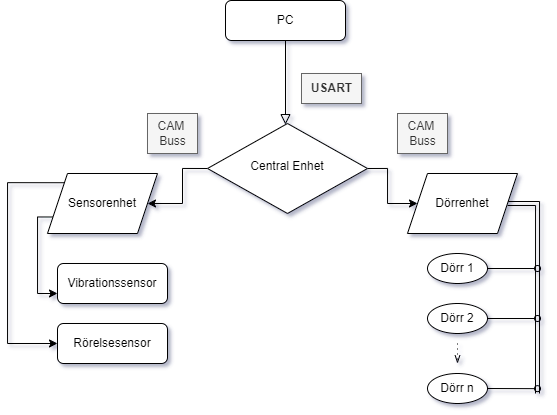
Earlier version of the draw.io export Projektrapport/diagram.png (Qupergo/alarm_md407_group_14). Source tidied: cells renumbered, new cells last; positions are measured from the earlier drawing's top-left corner, leaving out a move shared by most shapes. Its diagram source:
```xml
<mxGraphModel background="#FFFFFF" shadow="1">
  <root>
    <mxCell id="0" />
    <mxCell id="1" parent="0" />
    <mxCell id="2" style="rounded=0;html=1;jettySize=auto;fontSize=11;endArrow=block;endFill=0;endSize=8;strokeWidth=1;shadow=0;labelBackgroundColor=none;edgeStyle=orthogonalEdgeStyle;" parent="1" edge="1" source="3" target="6">
      <mxGeometry relative="1" as="geometry">
        <Array as="points">
          <mxPoint x="260" y="153" />
        </Array>
      </mxGeometry>
    </mxCell>
    <mxCell id="3" value="PC" style="rounded=1;whiteSpace=wrap;html=1;fontSize=12;glass=0;strokeWidth=1;shadow=0;" parent="1" vertex="1">
      <mxGeometry x="218" width="120" height="40" as="geometry" />
    </mxCell>
    <mxCell id="4" style="edgeStyle=orthogonalEdgeStyle;rounded=0;jettySize=auto;html=1;exitX=0;exitY=0.5;exitDx=0;exitDy=0;entryX=1;entryY=0.5;entryDx=0;entryDy=0;" parent="1" edge="1" source="6" target="12">
      <mxGeometry relative="1" as="geometry" />
    </mxCell>
    <mxCell id="5" style="edgeStyle=orthogonalEdgeStyle;rounded=0;jettySize=auto;html=1;exitX=1;exitY=0.5;exitDx=0;exitDy=0;entryX=0;entryY=0.5;entryDx=0;entryDy=0;" parent="1" edge="1" source="6" target="9">
      <mxGeometry relative="1" as="geometry" />
    </mxCell>
    <mxCell id="6" value="Central Enhet" style="rhombus;whiteSpace=wrap;html=1;shadow=0;fontFamily=Helvetica;fontSize=12;align=center;strokeWidth=1;spacing=6;spacingTop=-4;" parent="1" vertex="1">
      <mxGeometry x="200" y="123" width="160" height="90" as="geometry" />
    </mxCell>
    <mxCell id="7" value="&lt;b&gt;USART&lt;/b&gt;" style="text;html=1;align=center;verticalAlign=middle;strokeColor=#666666;fillColor=#f5f5f5;fontColor=#333333;" parent="1" vertex="1">
      <mxGeometry x="294" y="73" width="60" height="30" as="geometry" />
    </mxCell>
    <mxCell id="8" style="edgeStyle=orthogonalEdgeStyle;rounded=0;jettySize=auto;html=1;exitX=1;exitY=0.5;exitDx=0;exitDy=0;fontColor=#000000;shape=link;" parent="1" edge="1" source="9">
      <mxGeometry relative="1" as="geometry">
        <mxPoint x="530" y="393" as="targetPoint" />
        <Array as="points">
          <mxPoint x="530" y="203" />
        </Array>
      </mxGeometry>
    </mxCell>
    <mxCell id="9" value="Dörrenhet" style="shape=parallelogram;perimeter=parallelogramPerimeter;whiteSpace=wrap;html=1;fixedSize=1;" parent="1" vertex="1">
      <mxGeometry x="400" y="173" width="110" height="60" as="geometry" />
    </mxCell>
    <mxCell id="10" style="edgeStyle=orthogonalEdgeStyle;rounded=0;jettySize=auto;html=1;exitX=0;exitY=0;exitDx=0;exitDy=0;fontColor=#3333FF;entryX=0;entryY=0.5;entryDx=0;entryDy=0;" parent="1" edge="1" source="12" target="16">
      <mxGeometry relative="1" as="geometry">
        <Array as="points">
          <mxPoint y="182" />
          <mxPoint y="343" />
        </Array>
      </mxGeometry>
    </mxCell>
    <mxCell id="11" style="edgeStyle=orthogonalEdgeStyle;rounded=0;jettySize=auto;html=1;exitX=0;exitY=0.75;exitDx=0;exitDy=0;fontColor=#3333FF;" parent="1" edge="1" source="12" target="15">
      <mxGeometry relative="1" as="geometry">
        <Array as="points">
          <mxPoint x="30" y="217" />
          <mxPoint x="30" y="293" />
        </Array>
      </mxGeometry>
    </mxCell>
    <mxCell id="12" value="Sensorenhet" style="shape=parallelogram;perimeter=parallelogramPerimeter;whiteSpace=wrap;html=1;fixedSize=1;" parent="1" vertex="1">
      <mxGeometry x="40" y="173" width="110" height="60" as="geometry" />
    </mxCell>
    <mxCell id="13" value="CAM &lt;br&gt;Buss" style="text;html=1;align=center;verticalAlign=middle;strokeColor=#666666;fillColor=#f5f5f5;fontColor=#333333;" parent="1" vertex="1">
      <mxGeometry x="140" y="113" width="50" height="40" as="geometry" />
    </mxCell>
    <mxCell id="14" value="CAM &lt;br&gt;Buss" style="text;html=1;align=center;verticalAlign=middle;strokeColor=#666666;fillColor=#f5f5f5;fontColor=#333333;" parent="1" vertex="1">
      <mxGeometry x="390" y="113" width="50" height="40" as="geometry" />
    </mxCell>
    <mxCell id="15" value="&lt;font color=&quot;#000000&quot;&gt;Vibrationssensor&lt;/font&gt;" style="rounded=1;whiteSpace=wrap;html=1;fontColor=#3333FF;" parent="1" vertex="1">
      <mxGeometry x="50" y="263" width="110" height="40" as="geometry" />
    </mxCell>
    <mxCell id="16" value="&lt;font color=&quot;#000000&quot;&gt;Rörelsesensor&lt;/font&gt;" style="rounded=1;whiteSpace=wrap;html=1;fontColor=#3333FF;" parent="1" vertex="1">
      <mxGeometry x="50" y="323" width="110" height="40" as="geometry" />
    </mxCell>
    <mxCell id="17" style="edgeStyle=none;rounded=0;jettySize=auto;html=1;exitX=1;exitY=0.5;exitDx=0;exitDy=0;fontColor=#000000;endArrow=oval;endFill=0;" parent="1" edge="1" source="18">
      <mxGeometry relative="1" as="geometry">
        <mxPoint x="530" y="268" as="targetPoint" />
      </mxGeometry>
    </mxCell>
    <mxCell id="18" value="Dörr 1" style="ellipse;whiteSpace=wrap;html=1;fontColor=#000000;" parent="1" vertex="1">
      <mxGeometry x="420" y="253" width="60" height="30" as="geometry" />
    </mxCell>
    <mxCell id="19" style="edgeStyle=none;rounded=0;jettySize=auto;html=1;exitX=1;exitY=0.5;exitDx=0;exitDy=0;fontColor=#000000;endArrow=oval;endFill=0;" parent="1" edge="1" source="21">
      <mxGeometry relative="1" as="geometry">
        <mxPoint x="530" y="318" as="targetPoint" />
      </mxGeometry>
    </mxCell>
    <mxCell id="20" style="edgeStyle=orthogonalEdgeStyle;rounded=0;orthogonalLoop=1;jettySize=auto;html=1;fontColor=#000000;endArrow=openThin;endFill=0;dashed=1;dashPattern=1 4;" parent="1" edge="1">
      <mxGeometry relative="1" as="geometry">
        <mxPoint x="450" y="343" as="sourcePoint" />
        <mxPoint x="450" y="363" as="targetPoint" />
      </mxGeometry>
    </mxCell>
    <mxCell id="21" value="Dörr 2" style="ellipse;whiteSpace=wrap;html=1;fontColor=#000000;" parent="1" vertex="1">
      <mxGeometry x="420" y="303" width="60" height="30" as="geometry" />
    </mxCell>
    <mxCell id="22" style="edgeStyle=none;rounded=0;jettySize=auto;html=1;exitX=1;exitY=0.5;exitDx=0;exitDy=0;fontColor=#000000;endArrow=oval;endFill=0;" parent="1" edge="1" source="23">
      <mxGeometry relative="1" as="geometry">
        <mxPoint x="530" y="388.2" as="targetPoint" />
      </mxGeometry>
    </mxCell>
    <mxCell id="23" value="Dörr n" style="ellipse;whiteSpace=wrap;html=1;fontColor=#000000;" parent="1" vertex="1">
      <mxGeometry x="420" y="373" width="60" height="30" as="geometry" />
    </mxCell>
  </root>
</mxGraphModel>
```
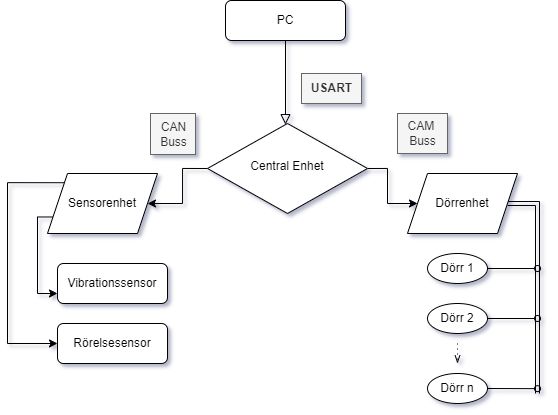
The same file after the commit.

Diff of the diagram source:
```diff
@@ -54,8 +54,8 @@
     <mxCell id="12" value="Sensorenhet" style="shape=parallelogram;perimeter=parallelogramPerimeter;whiteSpace=wrap;html=1;fixedSize=1;" parent="1" vertex="1">
       <mxGeometry x="40" y="173" width="110" height="60" as="geometry" />
     </mxCell>
-    <mxCell id="13" value="CAM &lt;br&gt;Buss" style="text;html=1;align=center;verticalAlign=middle;strokeColor=#666666;fillColor=#f5f5f5;fontColor=#333333;" parent="1" vertex="1">
-      <mxGeometry x="140" y="113" width="50" height="40" as="geometry" />
+    <mxCell id="13" value="CAN&lt;br&gt;Buss" style="text;html=1;align=center;verticalAlign=middle;strokeColor=#666666;fillColor=#f5f5f5;fontColor=#333333;" parent="1" vertex="1">
+      <mxGeometry x="143" y="113" width="45" height="41" as="geometry" />
     </mxCell>
     <mxCell id="14" value="CAM &lt;br&gt;Buss" style="text;html=1;align=center;verticalAlign=middle;strokeColor=#666666;fillColor=#f5f5f5;fontColor=#333333;" parent="1" vertex="1">
       <mxGeometry x="390" y="113" width="50" height="40" as="geometry" />
```
